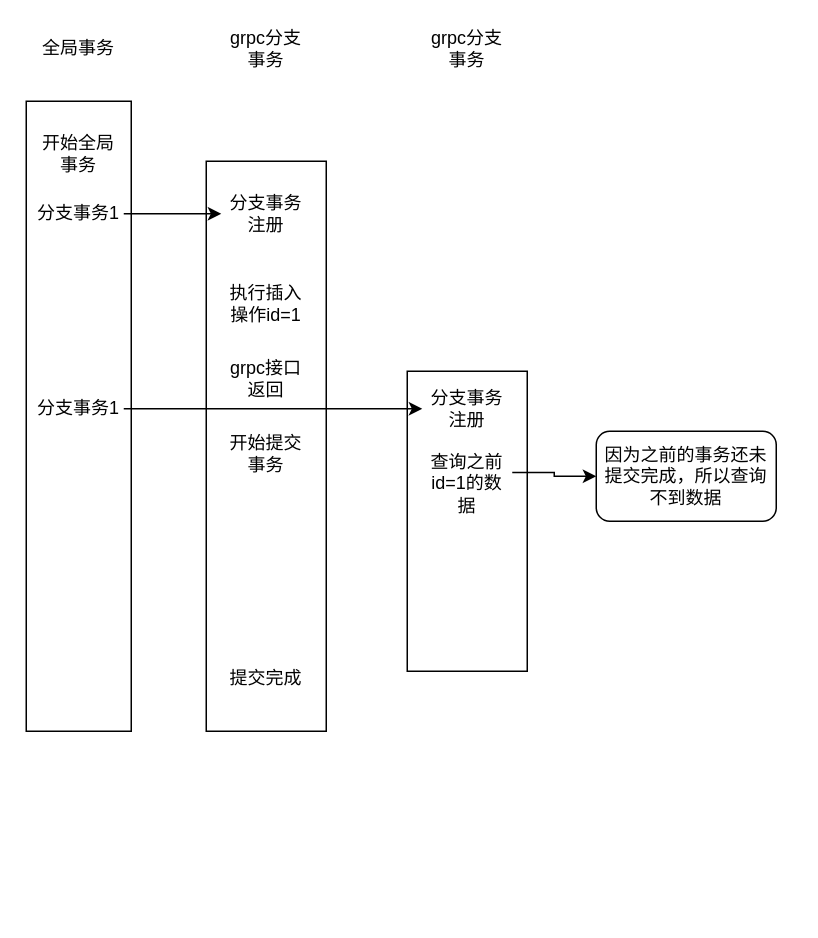
The draw.io diagram Untitled Diagram.drawio in DunDun1124/pikachulight.github.io, before the edit. Source tidied: cells renumbered, new cells numbered last; positions are measured from the earlier drawing's top-left corner, leaving out a move shared by most shapes. Both pictures are drawn from the tidied source at 150%, with x=0, y=0 at pixel (26, 26).
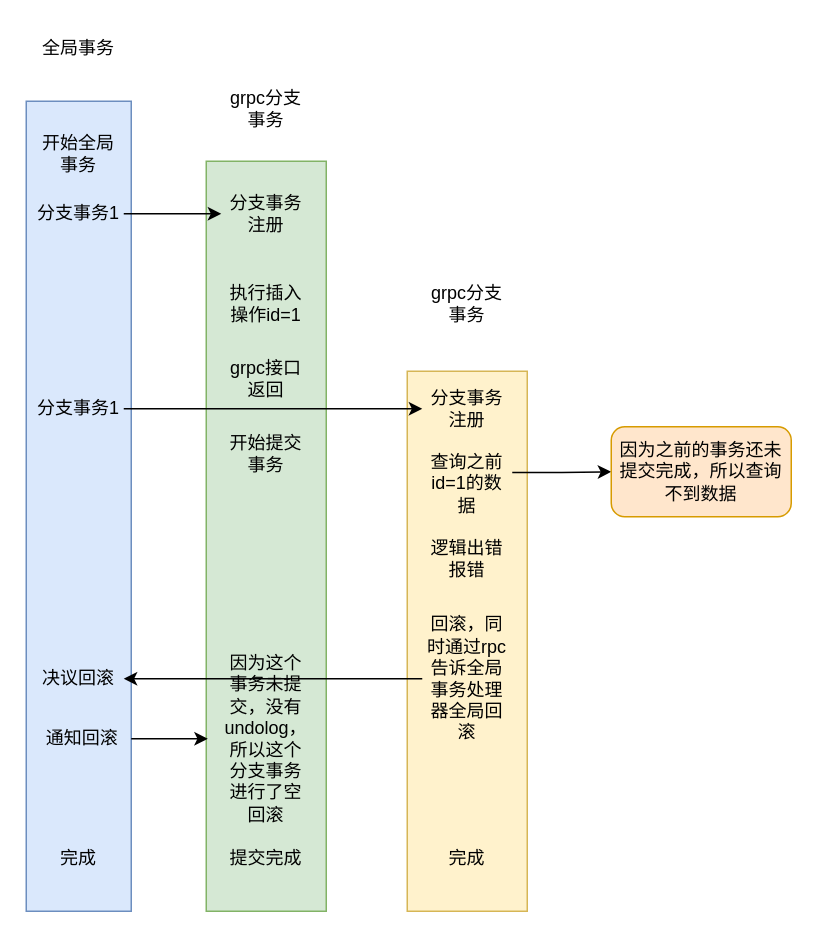
After the change.

What changed in the source:
```diff
@@
-    <mxCell id="2" style="rounded=0;whiteSpace=wrap;html=1;" parent="1" vertex="1">
-      <mxGeometry y="50" width="70" height="420" as="geometry" />
+    <mxCell id="2" style="rounded=0;whiteSpace=wrap;html=1;fillColor=#dae8fc;strokeColor=#6c8ebf;" parent="1" vertex="1">
+      <mxGeometry y="50" width="70" height="540" as="geometry" />
     </mxCell>
-    <mxCell id="3" style="rounded=0;whiteSpace=wrap;html=1;" parent="1" vertex="1">
-      <mxGeometry x="120" y="90" width="80" height="380" as="geometry" />
+    <mxCell id="3" style="rounded=0;whiteSpace=wrap;html=1;fillColor=#d5e8d4;strokeColor=#82b366;" parent="1" vertex="1">
+      <mxGeometry x="120" y="90" width="80" height="500" as="geometry" />
     </mxCell>
-    <mxCell id="4" style="rounded=0;whiteSpace=wrap;html=1;" parent="1" vertex="1">
-      <mxGeometry x="254" y="230" width="80" height="200" as="geometry" />
+    <mxCell id="4" style="rounded=0;whiteSpace=wrap;html=1;fillColor=#fff2cc;strokeColor=#d6b656;" parent="1" vertex="1">
+      <mxGeometry x="254" y="230" width="80" height="360" as="geometry" />
     </mxCell>
@@
     <mxCell id="6" value="grpc分支事务" style="text;html=1;strokeColor=none;fillColor=none;align=center;verticalAlign=middle;whiteSpace=wrap;rounded=0;" parent="1" vertex="1">
-      <mxGeometry x="130" width="60" height="30" as="geometry" />
+      <mxGeometry x="130" y="40" width="60" height="30" as="geometry" />
     </mxCell>
     <mxCell id="7" value="grpc分支事务" style="text;html=1;strokeColor=none;fillColor=none;align=center;verticalAlign=middle;whiteSpace=wrap;rounded=0;" parent="1" vertex="1">
-      <mxGeometry x="264" width="60" height="30" as="geometry" />
+      <mxGeometry x="264" y="170" width="60" height="30" as="geometry" />
     </mxCell>
@@
     <mxCell id="13" value="提交完成" style="text;html=1;strokeColor=none;fillColor=none;align=center;verticalAlign=middle;whiteSpace=wrap;rounded=0;" parent="1" vertex="1">
-      <mxGeometry x="130" y="420" width="60" height="30" as="geometry" />
+      <mxGeometry x="130" y="540" width="60" height="30" as="geometry" />
     </mxCell>
@@
-    <mxCell id="21" value="&lt;span&gt;因为之前的事务还未提交完成，所以查询不到数据&lt;/span&gt;" style="rounded=1;whiteSpace=wrap;html=1;" parent="1" vertex="1">
-      <mxGeometry x="380" y="270" width="120" height="60" as="geometry" />
+    <mxCell id="21" value="&lt;span&gt;因为之前的事务还未提交完成，所以查询不到数据&lt;/span&gt;" style="rounded=1;whiteSpace=wrap;html=1;fillColor=#ffe6cc;strokeColor=#d79b00;" parent="1" vertex="1">
+      <mxGeometry x="390" y="267" width="120" height="60" as="geometry" />
     </mxCell>
+    <mxCell id="22" value="逻辑出错报错" style="text;html=1;strokeColor=none;fillColor=none;align=center;verticalAlign=middle;whiteSpace=wrap;rounded=0;" parent="1" vertex="1">
+      <mxGeometry x="264" y="340" width="60" height="30" as="geometry" />
+    </mxCell>
+    <mxCell id="23" style="edgeStyle=orthogonalEdgeStyle;rounded=0;jettySize=auto;html=1;exitX=0;exitY=0.5;exitDx=0;exitDy=0;entryX=1;entryY=0.5;entryDx=0;entryDy=0;" parent="1" edge="1" source="24" target="25">
+      <mxGeometry relative="1" as="geometry" />
+    </mxCell>
+    <mxCell id="24" value="回滚，同时通过rpc告诉全局事务处理器全局回滚" style="text;html=1;strokeColor=none;fillColor=none;align=center;verticalAlign=middle;whiteSpace=wrap;rounded=0;" parent="1" vertex="1">
+      <mxGeometry x="264" y="420" width="60" height="30" as="geometry" />
+    </mxCell>
+    <mxCell id="25" value="决议回滚" style="text;html=1;strokeColor=none;fillColor=none;align=center;verticalAlign=middle;whiteSpace=wrap;rounded=0;" parent="1" vertex="1">
+      <mxGeometry x="5" y="420" width="60" height="30" as="geometry" />
+    </mxCell>
+    <mxCell id="26" style="edgeStyle=orthogonalEdgeStyle;rounded=0;jettySize=auto;html=1;exitX=1;exitY=0.5;exitDx=0;exitDy=0;entryX=0.013;entryY=0.77;entryDx=0;entryDy=0;entryPerimeter=0;" parent="1" edge="1" source="27" target="3">
+      <mxGeometry relative="1" as="geometry" />
+    </mxCell>
+    <mxCell id="27" value="通知回滚" style="text;html=1;strokeColor=none;fillColor=none;align=center;verticalAlign=middle;whiteSpace=wrap;rounded=0;" parent="1" vertex="1">
+      <mxGeometry x="5" y="460" width="65" height="30" as="geometry" />
+    </mxCell>
+    <mxCell id="28" value="因为这个事务未提交，没有undolog，所以这个分支事务进行了空回滚" style="text;html=1;strokeColor=none;fillColor=none;align=center;verticalAlign=middle;whiteSpace=wrap;rounded=0;" parent="1" vertex="1">
+      <mxGeometry x="130" y="460" width="60" height="30" as="geometry" />
+    </mxCell>
+    <mxCell id="29" value="完成" style="text;html=1;strokeColor=none;fillColor=none;align=center;verticalAlign=middle;whiteSpace=wrap;rounded=0;" parent="1" vertex="1">
+      <mxGeometry x="5" y="540" width="60" height="30" as="geometry" />
+    </mxCell>
+    <mxCell id="30" value="完成" style="text;html=1;strokeColor=none;fillColor=none;align=center;verticalAlign=middle;whiteSpace=wrap;rounded=0;" parent="1" vertex="1">
+      <mxGeometry x="264" y="540" width="60" height="30" as="geometry" />
+    </mxCell>
```
